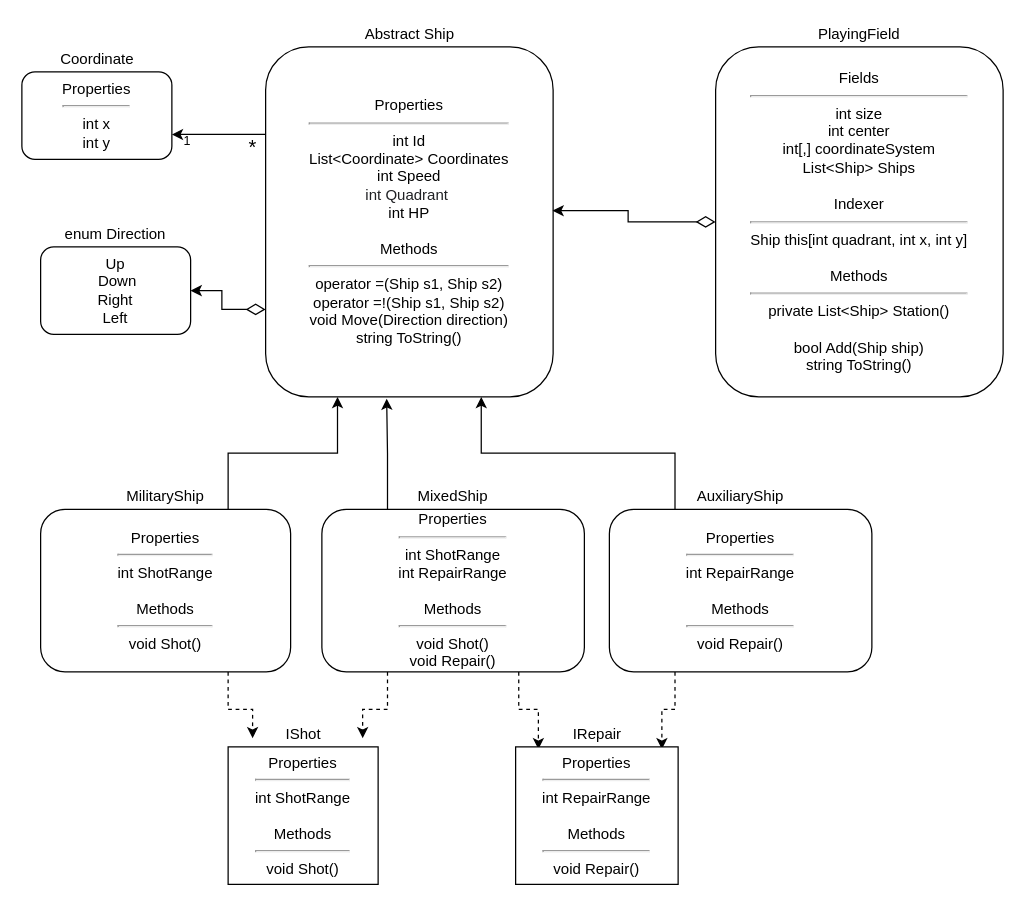
Before: page "Page-2" (2 of 3) of Untitled Diagram.drawio in kra5alllez/website, a draw.io diagram. Source tidied: cells renumbered, new cells numbered last; positions are measured from the earlier drawing's top-left corner, leaving out a move shared by most shapes. Both pictures are drawn from the tidied source at 125%, with x=0, y=0 at pixel (21, 21).
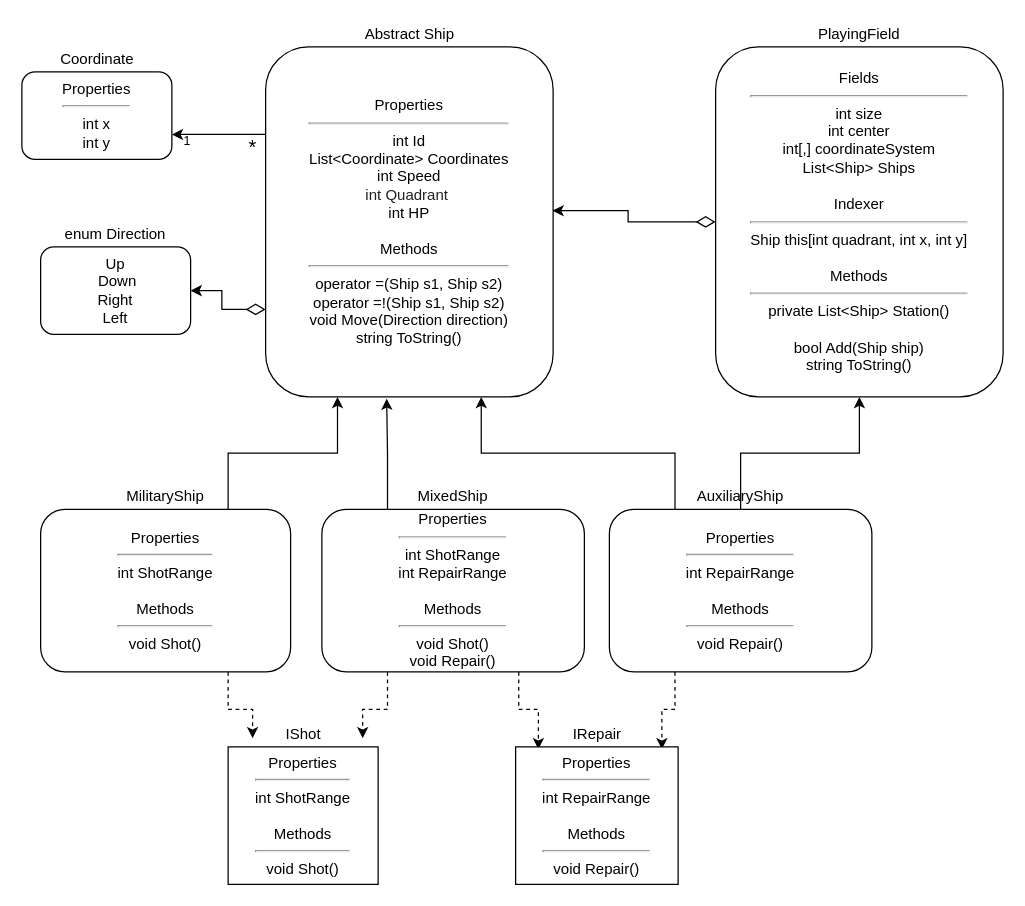
After the change.

The change refers to these unchanged cells:
```xml
<mxCell id="10" value="Fields&lt;hr&gt;int size&lt;br&gt;int center&lt;br&gt;int[,] coordinateSystem&lt;br&gt;List&amp;lt;Ship&amp;gt; Ships&lt;br&gt;&lt;br&gt;Indexer&lt;hr style=&quot;font-size: 13px&quot;&gt;Ship this[int quadrant, int x, int y]&lt;br&gt;&lt;br&gt;Methods&lt;hr&gt;private List&amp;lt;Ship&amp;gt; Station()&lt;br&gt;&lt;br&gt;bool Add(Ship ship)&lt;br&gt;string ToString()" style="rounded=1;whiteSpace=wrap;html=1;" parent="1" vertex="1">
  <mxGeometry x="555" y="20" width="230" height="280" as="geometry" />
</mxCell>
<mxCell id="16" value="Properties&lt;hr&gt;int RepairRange&lt;br&gt;&lt;br&gt;Methods&lt;hr&gt;void Repair()" style="rounded=1;whiteSpace=wrap;html=1;" parent="1" vertex="1">
  <mxGeometry x="470" y="390" width="210" height="130" as="geometry" />
</mxCell>
```

The edit, as a diff of the source:
```diff
@@
+    <mxCell id="32" style="edgeStyle=orthogonalEdgeStyle;rounded=0;jettySize=auto;html=1;" parent="1" edge="1" source="16" target="10">
+      <mxGeometry relative="1" as="geometry" />
+    </mxCell>
```
